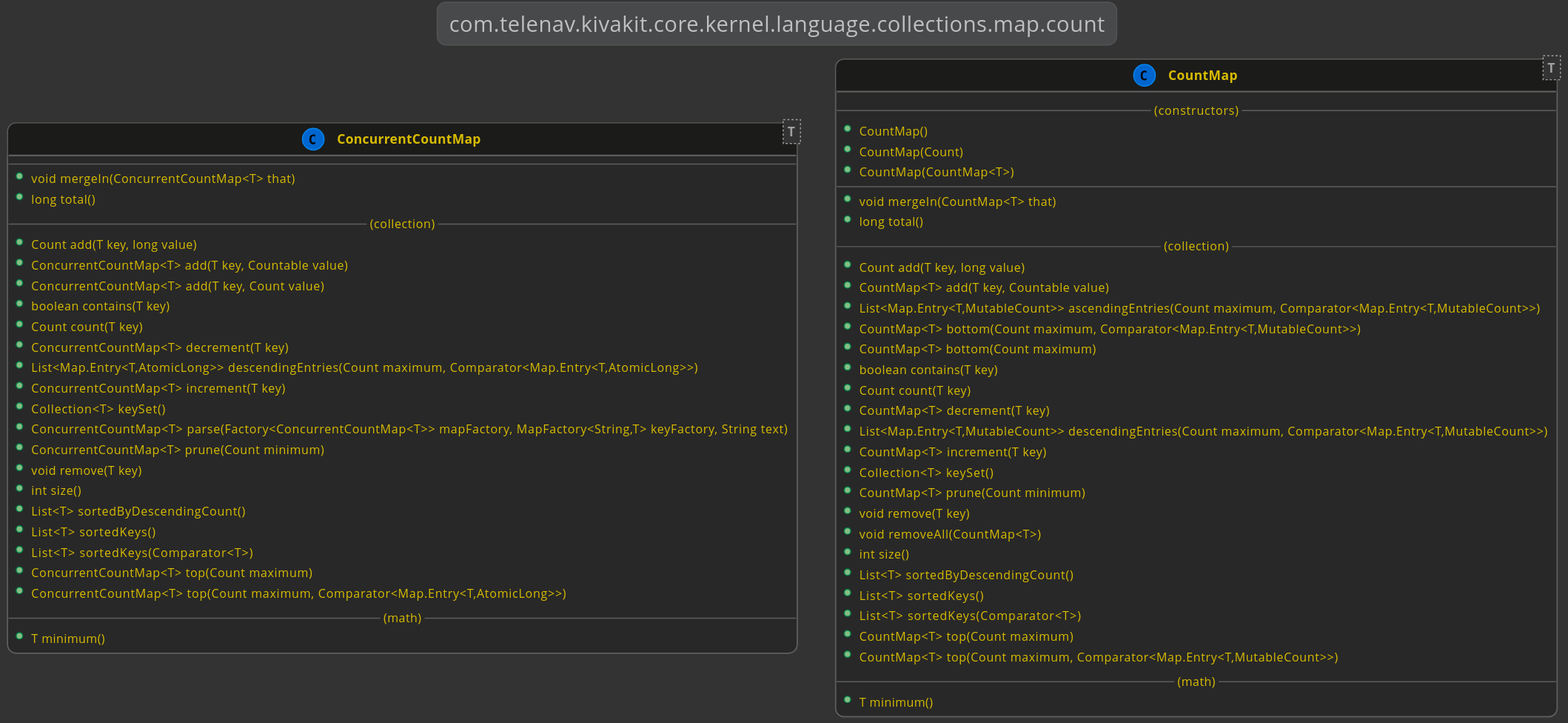
Earlier version of the PlantUML export kivakit-core/kernel/documentation/diagrams/com.telenav.kivakit.core.kernel.language.collections.map.count.svg (Telenav/kivakit). The source it was exported from:
```plantuml
@startuml

    !include ../lexakai/lexakai.theme

    title "com.telenav.kivakit.core.kernel.language.collections.map.count"

    class ConcurrentCountMap<T>
    {
        --
        +void mergeIn(ConcurrentCountMap<T> that)
        +long total()
        --(collection)--
        +Count add(T key, long value)
        +ConcurrentCountMap<T> add(T key, Countable value)
        +ConcurrentCountMap<T> add(T key, Count value)
        +boolean contains(T key)
        +Count count(T key)
        +ConcurrentCountMap<T> decrement(T key)
        +List<Map.Entry<T,AtomicLong>> descendingEntries(Count maximum, Comparator<Map.Entry<T,AtomicLong>>)
        +ConcurrentCountMap<T> increment(T key)
        +Collection<T> keySet()
        +ConcurrentCountMap<T> parse(Factory<ConcurrentCountMap<T>> mapFactory, MapFactory<String,T> keyFactory, String text)
        +ConcurrentCountMap<T> prune(Count minimum)
        +void remove(T key)
        +int size()
        +List<T> sortedByDescendingCount()
        +List<T> sortedKeys()
        +List<T> sortedKeys(Comparator<T>)
        +ConcurrentCountMap<T> top(Count maximum)
        +ConcurrentCountMap<T> top(Count maximum, Comparator<Map.Entry<T,AtomicLong>>)
        --(math)--
        +T minimum()
    }

    class CountMap<T>
    {
        --(constructors)--
        +CountMap()
        +CountMap(Count)
        +CountMap(CountMap<T>)
        --
        +void mergeIn(CountMap<T> that)
        +long total()
        --(collection)--
        +Count add(T key, long value)
        +CountMap<T> add(T key, Countable value)
        +List<Map.Entry<T,MutableCount>> ascendingEntries(Count maximum, Comparator<Map.Entry<T,MutableCount>>)
        +CountMap<T> bottom(Count maximum, Comparator<Map.Entry<T,MutableCount>>)
        +CountMap<T> bottom(Count maximum)
        +boolean contains(T key)
        +Count count(T key)
        +CountMap<T> decrement(T key)
        +List<Map.Entry<T,MutableCount>> descendingEntries(Count maximum, Comparator<Map.Entry<T,MutableCount>>)
        +CountMap<T> increment(T key)
        +Collection<T> keySet()
        +CountMap<T> prune(Count minimum)
        +void remove(T key)
        +void removeAll(CountMap<T>)
        +int size()
        +List<T> sortedByDescendingCount()
        +List<T> sortedKeys()
        +List<T> sortedKeys(Comparator<T>)
        +CountMap<T> top(Count maximum)
        +CountMap<T> top(Count maximum, Comparator<Map.Entry<T,MutableCount>>)
        --(math)--
        +T minimum()
    }

@enduml
```
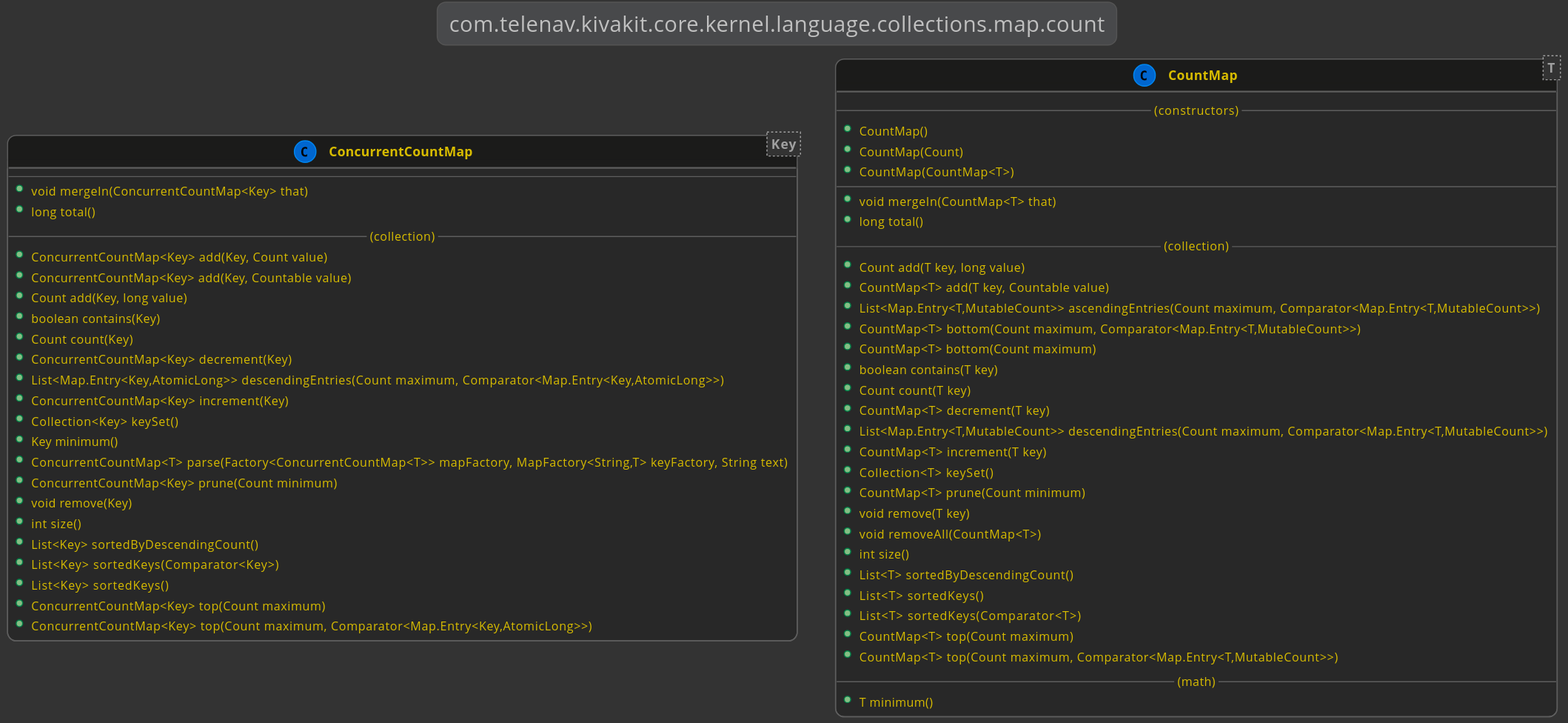
After the commit.

The edit, as a diff of the source:
```diff
@@ -4,32 +4,31 @@
 
     title "com.telenav.kivakit.core.kernel.language.collections.map.count"
 
-    class ConcurrentCountMap<T>
+    class ConcurrentCountMap<Key>
     {
         --
-        +void mergeIn(ConcurrentCountMap<T> that)
+        +void mergeIn(ConcurrentCountMap<Key> that)
         +long total()
         --(collection)--
-        +Count add(T key, long value)
-        +ConcurrentCountMap<T> add(T key, Countable value)
-        +ConcurrentCountMap<T> add(T key, Count value)
-        +boolean contains(T key)
-        +Count count(T key)
-        +ConcurrentCountMap<T> decrement(T key)
-        +List<Map.Entry<T,AtomicLong>> descendingEntries(Count maximum, Comparator<Map.Entry<T,AtomicLong>>)
-        +ConcurrentCountMap<T> increment(T key)
-        +Collection<T> keySet()
+        +ConcurrentCountMap<Key> add(Key, Count value)
+        +ConcurrentCountMap<Key> add(Key, Countable value)
+        +Count add(Key, long value)
+        +boolean contains(Key)
+        +Count count(Key)
+        +ConcurrentCountMap<Key> decrement(Key)
+        +List<Map.Entry<Key,AtomicLong>> descendingEntries(Count maximum, Comparator<Map.Entry<Key,AtomicLong>>)
+        +ConcurrentCountMap<Key> increment(Key)
+        +Collection<Key> keySet()
+        +Key minimum()
         +ConcurrentCountMap<T> parse(Factory<ConcurrentCountMap<T>> mapFactory, MapFactory<String,T> keyFactory, String text)
-        +ConcurrentCountMap<T> prune(Count minimum)
-        +void remove(T key)
+        +ConcurrentCountMap<Key> prune(Count minimum)
+        +void remove(Key)
         +int size()
-        +List<T> sortedByDescendingCount()
-        +List<T> sortedKeys()
-        +List<T> sortedKeys(Comparator<T>)
-        +ConcurrentCountMap<T> top(Count maximum)
-        +ConcurrentCountMap<T> top(Count maximum, Comparator<Map.Entry<T,AtomicLong>>)
-        --(math)--
-        +T minimum()
+        +List<Key> sortedByDescendingCount()
+        +List<Key> sortedKeys(Comparator<Key>)
+        +List<Key> sortedKeys()
+        +ConcurrentCountMap<Key> top(Count maximum)
+        +ConcurrentCountMap<Key> top(Count maximum, Comparator<Map.Entry<Key,AtomicLong>>)
     }
 
     class CountMap<T>
```
